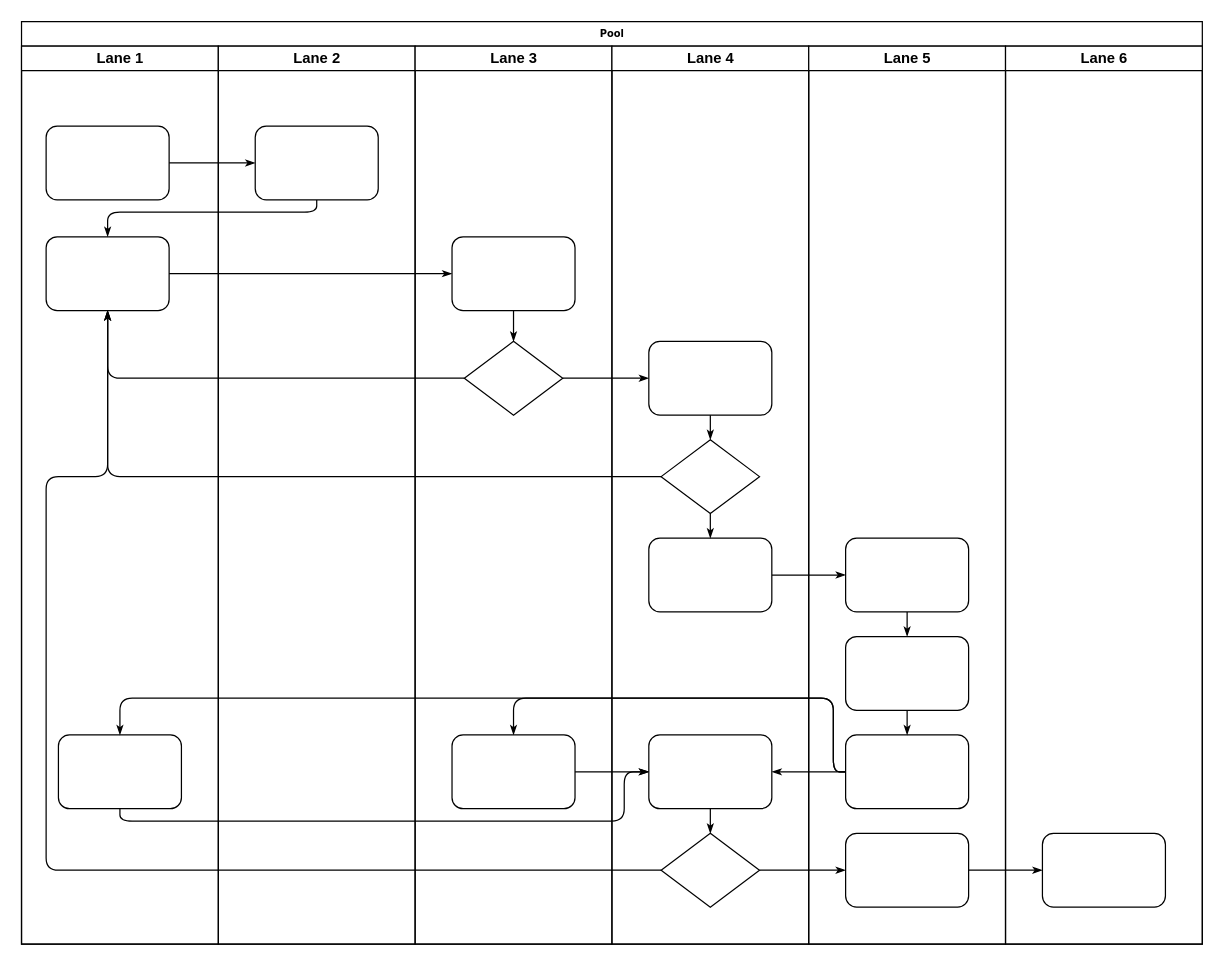
Earlier version of the draw.io diagram 未命名绘图.drawio (feiniao111/gallery). Source tidied: cells renumbered, new cells numbered last; positions are measured from the earlier drawing's top-left corner, leaving out a move shared by most shapes. Both pictures are drawn from the tidied source at 123%, with x=0, y=0 at pixel (21, 21).
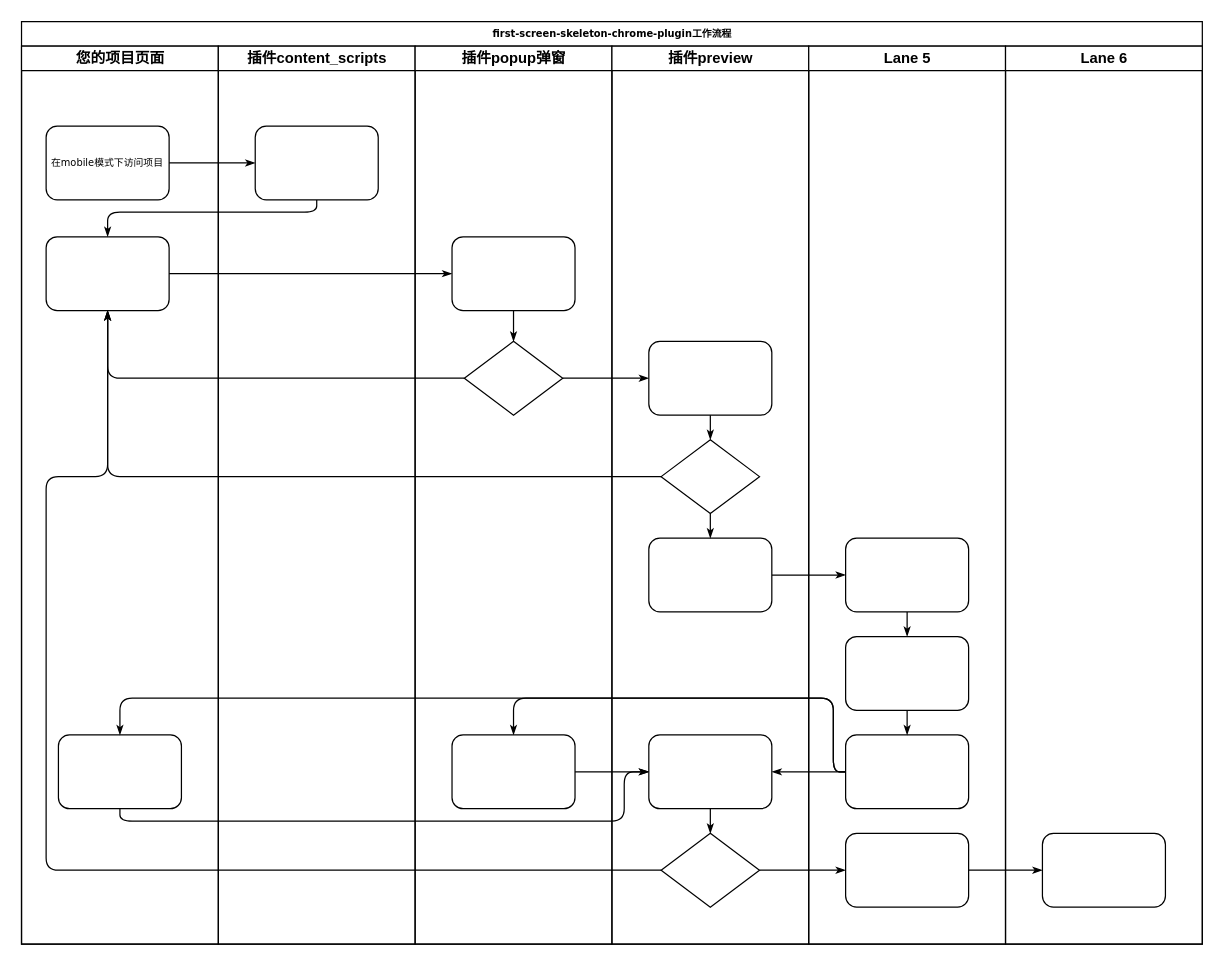
After the change.

Commit message:
骨架屏插件工作流程泳道.drawio

What changed in the source:
```diff
@@
-    <mxCell id="2" value="Pool" style="swimlane;html=1;startSize=20;rounded=0;shadow=0;labelBackgroundColor=none;strokeWidth=1;fontFamily=Verdana;fontSize=8;align=center;" parent="1" vertex="1">
+    <mxCell id="2" value="first-screen-skeleton-chrome-plugin工作流程" style="swimlane;html=1;startSize=20;rounded=0;shadow=0;labelBackgroundColor=none;strokeWidth=1;fontFamily=Verdana;fontSize=8;align=center;" parent="1" vertex="1">
       <mxGeometry width="960" height="750" as="geometry" />
     </mxCell>
-    <mxCell id="3" value="Lane 1" style="swimlane;html=1;startSize=20;" parent="2" vertex="1">
+    <mxCell id="3" value="您的项目页面" style="swimlane;html=1;startSize=20;" parent="2" vertex="1">
       <mxGeometry y="20" width="160" height="730" as="geometry" />
     </mxCell>
-    <mxCell id="4" style="rounded=1;whiteSpace=wrap;html=1;shadow=0;labelBackgroundColor=none;strokeWidth=1;fontFamily=Verdana;fontSize=8;align=center;" parent="3" vertex="1">
+    <mxCell id="4" value="在mobile模式下访问项目" style="rounded=1;whiteSpace=wrap;html=1;shadow=0;labelBackgroundColor=none;strokeWidth=1;fontFamily=Verdana;fontSize=8;align=center;" parent="3" vertex="1">
       <mxGeometry x="20" y="65" width="100" height="60" as="geometry" />
     </mxCell>
@@
-    <mxCell id="22" value="Lane 2" style="swimlane;html=1;startSize=20;" parent="2" vertex="1">
+    <mxCell id="22" value="插件content_scripts" style="swimlane;html=1;startSize=20;" parent="2" vertex="1">
       <mxGeometry x="160" y="20" width="160" height="730" as="geometry" />
     </mxCell>
@@
-    <mxCell id="24" value="Lane 3" style="swimlane;html=1;startSize=20;" parent="2" vertex="1">
+    <mxCell id="24" value="插件popup弹窗" style="swimlane;html=1;startSize=20;" parent="2" vertex="1">
       <mxGeometry x="320" y="20" width="160" height="730" as="geometry" />
     </mxCell>
@@
-    <mxCell id="29" value="Lane 4" style="swimlane;html=1;startSize=20;" parent="2" vertex="1">
+    <mxCell id="29" value="插件preview" style="swimlane;html=1;startSize=20;" parent="2" vertex="1">
       <mxGeometry x="480" y="20" width="160" height="730" as="geometry" />
     </mxCell>
```
